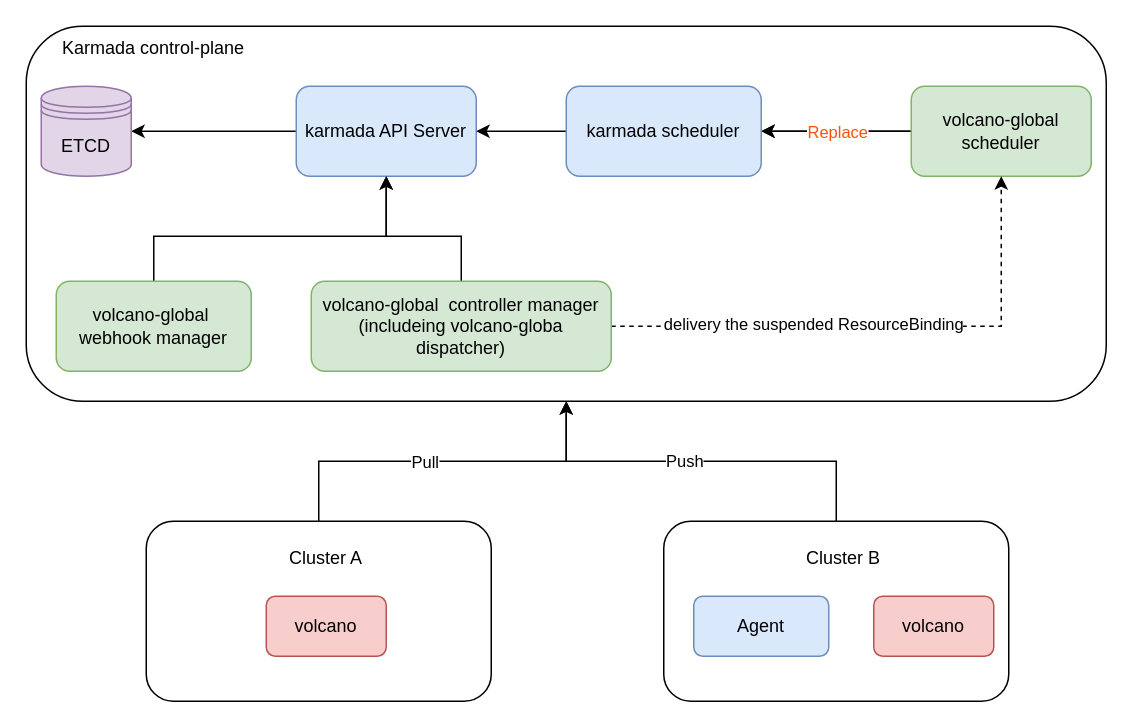
The draw.io diagram docs/imgs/architecture_diagram.drawio in volcano-sh/volcano-global, before the edit. Source tidied: cells renumbered, new cells numbered last; positions are measured from the earlier drawing's top-left corner, leaving out a move shared by most shapes. Both pictures are drawn from the tidied source at 150%, with x=0, y=0 at pixel (26, 26).
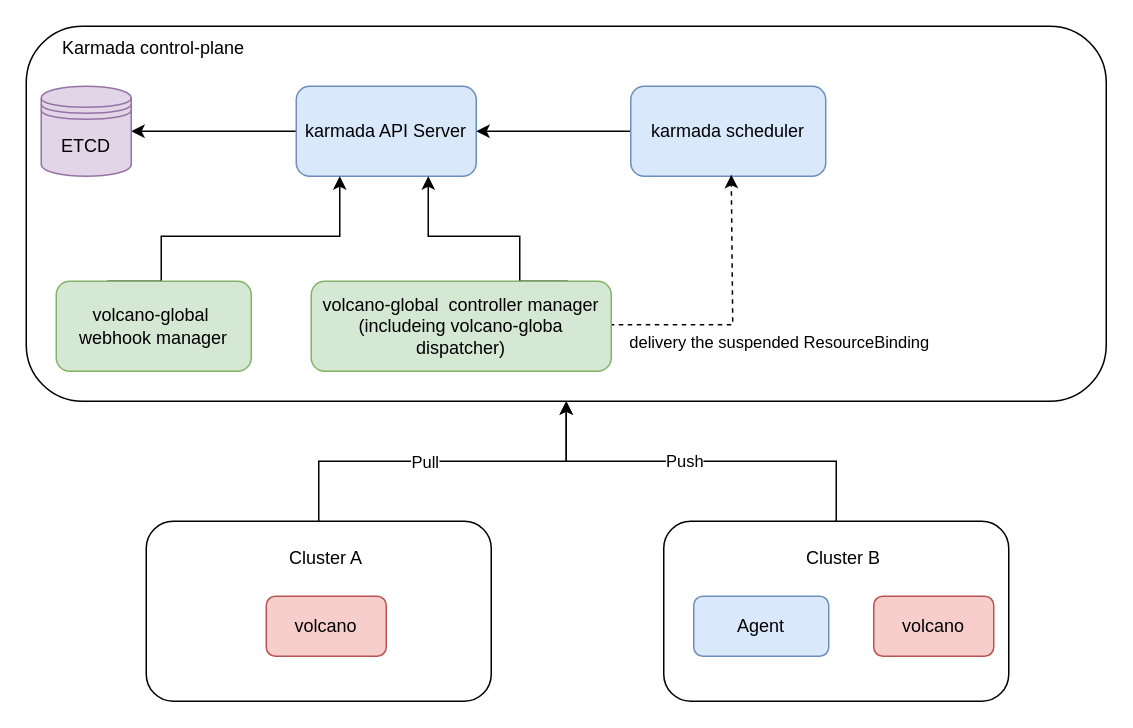
After the change.

The change refers to these unchanged cells:
```xml
<mxCell id="5" value="karmada API Server" style="rounded=1;whiteSpace=wrap;html=1;fillColor=#dae8fc;strokeColor=#6c8ebf;" parent="1" vertex="1">
  <mxGeometry x="180" y="40" width="120" height="60" as="geometry" />
</mxCell>
<mxCell id="17" value="volcano-global&amp;nbsp; webhook manager" style="rounded=1;whiteSpace=wrap;html=1;fillColor=#d5e8d4;strokeColor=#82b366;" parent="1" vertex="1">
  <mxGeometry x="20" y="170" width="130" height="60" as="geometry" />
</mxCell>
<mxCell id="29" value="volcano-global&amp;nbsp; controller manager&lt;br&gt;(includeing volcano-globa dispatcher)" style="rounded=1;whiteSpace=wrap;html=1;fillColor=#d5e8d4;strokeColor=#82b366;" parent="1" vertex="1">
  <mxGeometry x="190" y="170" width="200" height="60" as="geometry" />
</mxCell>
```

Change to the diagram source:
```diff
@@
-    <mxCell id="6" style="edgeStyle=orthogonalEdgeStyle;rounded=0;jettySize=auto;html=1;" parent="1" edge="1" source="9" target="11">
-      <mxGeometry relative="1" as="geometry" />
-    </mxCell>
-    <mxCell id="7" style="edgeStyle=orthogonalEdgeStyle;rounded=0;jettySize=auto;html=1;" parent="1" edge="1" source="9" target="11">
-      <mxGeometry relative="1" as="geometry" />
-    </mxCell>
-    <mxCell id="8" value="Replace" style="edgeLabel;html=1;align=center;verticalAlign=middle;fontColor=#FF5208;" parent="7" vertex="1">
-      <mxGeometry x="0.14" y="2" relative="1" as="geometry">
-        <mxPoint x="7" y="-2" as="offset" />
-      </mxGeometry>
-    </mxCell>
-    <mxCell id="9" value="volcano-global scheduler" style="rounded=1;whiteSpace=wrap;html=1;fillColor=#d5e8d4;strokeColor=#82b366;" parent="1" vertex="1">
-      <mxGeometry x="590" y="40" width="120" height="60" as="geometry" />
-    </mxCell>
@@
     <mxCell id="11" value="karmada scheduler" style="rounded=1;whiteSpace=wrap;html=1;fillColor=#dae8fc;strokeColor=#6c8ebf;" parent="1" vertex="1">
-      <mxGeometry x="360" y="40" width="130" height="60" as="geometry" />
+      <mxGeometry x="403" y="40" width="130" height="60" as="geometry" />
     </mxCell>
@@
-    <mxCell id="13" style="edgeStyle=orthogonalEdgeStyle;rounded=0;jettySize=auto;html=1;entryX=0.5;entryY=1;entryDx=0;entryDy=0;" parent="1" edge="1" source="29" target="5">
+    <mxCell id="13" style="edgeStyle=orthogonalEdgeStyle;rounded=0;orthogonalLoop=1;jettySize=auto;html=1;entryX=0.5;entryY=1;entryDx=0;entryDy=0;" parent="1" edge="1">
       <mxGeometry relative="1" as="geometry">
+        <mxPoint x="361" y="170" as="sourcePoint" />
+        <mxPoint x="268" y="100" as="targetPoint" />
         <Array as="points">
-          <mxPoint x="290" y="140" />
-          <mxPoint x="240" y="140" />
+          <mxPoint x="329" y="170" />
+          <mxPoint x="329" y="140" />
+          <mxPoint x="268" y="140" />
         </Array>
       </mxGeometry>
     </mxCell>
-    <mxCell id="14" style="edgeStyle=orthogonalEdgeStyle;rounded=0;jettySize=auto;html=1;dashed=1;exitX=1;exitY=0.5;exitDx=0;exitDy=0;" parent="1" edge="1" source="29" target="9">
-      <mxGeometry relative="1" as="geometry" />
+    <mxCell id="14" style="edgeStyle=orthogonalEdgeStyle;rounded=0;orthogonalLoop=1;jettySize=auto;html=1;dashed=1;" parent="1" edge="1">
+      <mxGeometry relative="1" as="geometry">
+        <mxPoint x="389" y="199" as="sourcePoint" />
+        <mxPoint x="470" y="99" as="targetPoint" />
+        <Array as="points">
+          <mxPoint x="471" y="199" />
+          <mxPoint x="471" y="99" />
+        </Array>
+      </mxGeometry>
     </mxCell>
     <mxCell id="15" value="delivery the&amp;nbsp;suspended&amp;nbsp;ResourceBinding" style="edgeLabel;html=1;align=center;verticalAlign=middle;" parent="14" vertex="1">
       <mxGeometry x="-0.33" y="-1" relative="1" as="geometry">
-        <mxPoint x="13" y="-3" as="offset" />
+        <mxPoint x="51" y="10" as="offset" />
       </mxGeometry>
     </mxCell>
-    <mxCell id="16" style="edgeStyle=orthogonalEdgeStyle;rounded=0;jettySize=auto;html=1;entryX=0.5;entryY=1;entryDx=0;entryDy=0;" parent="1" edge="1" source="17" target="5">
+    <mxCell id="16" style="edgeStyle=orthogonalEdgeStyle;rounded=0;orthogonalLoop=1;jettySize=auto;html=1;entryX=0.5;entryY=1;entryDx=0;entryDy=0;" parent="1" edge="1">
       <mxGeometry relative="1" as="geometry">
+        <mxPoint x="54" y="170" as="sourcePoint" />
+        <mxPoint x="209" y="100" as="targetPoint" />
         <Array as="points">
-          <mxPoint x="85" y="140" />
-          <mxPoint x="240" y="140" />
+          <mxPoint x="90" y="170" />
+          <mxPoint x="90" y="140" />
+          <mxPoint x="209" y="140" />
         </Array>
       </mxGeometry>
     </mxCell>
```
